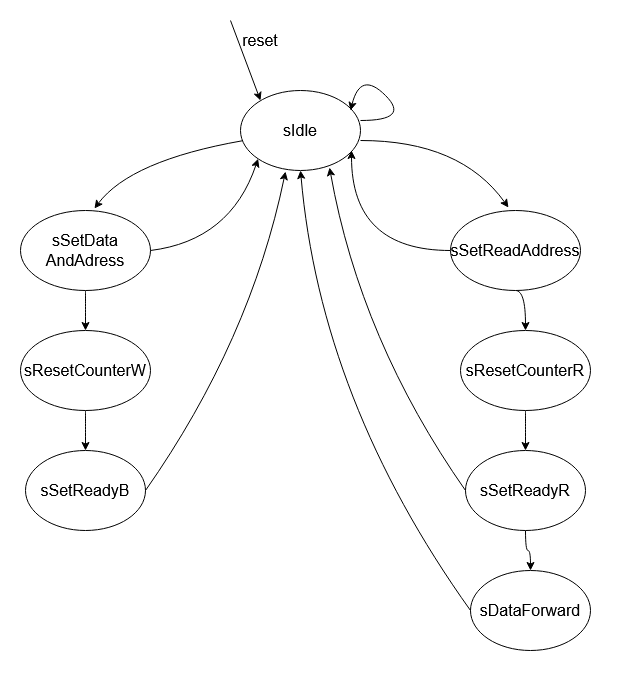
Earlier version of the draw.io export doc/images/axi4_fsm.png (milovanovic/jtag2mm). Source tidied: cells renumbered, new cells last; positions are measured from the earlier drawing's top-left corner, leaving out a move shared by most shapes.
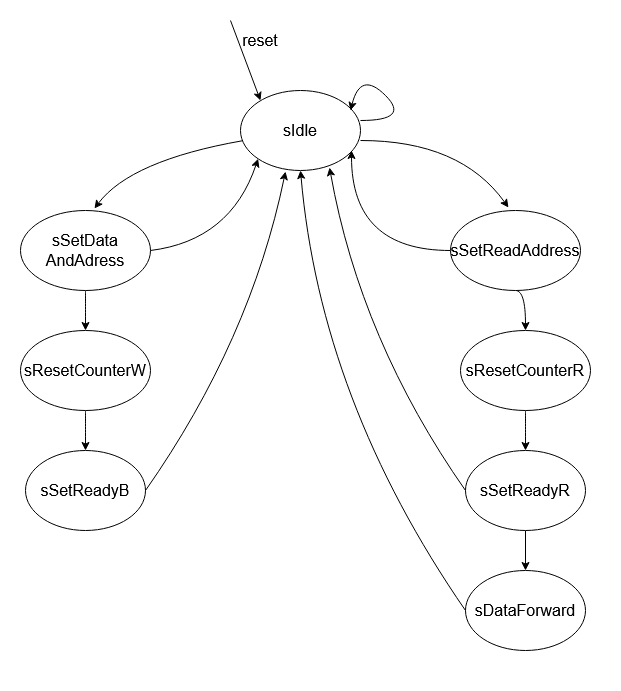
Later version of the same file.

The edit, as a diff of the source:
```diff
@@ -47,19 +47,14 @@
     <mxCell id="13" value="&lt;div&gt;&lt;font style=&quot;font-size: 16px&quot;&gt;sSetData&lt;/font&gt;&lt;/div&gt;&lt;div&gt;&lt;font style=&quot;font-size: 16px&quot;&gt;AndAdress&lt;/font&gt;&lt;/div&gt;" style="ellipse;whiteSpace=wrap;html=1;" parent="1" vertex="1">
       <mxGeometry x="20" y="210" width="130" height="80" as="geometry" />
     </mxCell>
-    <mxCell id="14" style="edgeStyle=orthogonalEdgeStyle;curved=1;jettySize=auto;html=1;exitX=0.5;exitY=1;exitDx=0;exitDy=0;entryX=0.5;entryY=0;entryDx=0;entryDy=0;" parent="1" edge="1" source="15" target="16">
-      <mxGeometry relative="1" as="geometry">
-        <Array as="points">
-          <mxPoint x="525" y="550" />
-          <mxPoint x="530" y="550" />
-        </Array>
-      </mxGeometry>
+    <mxCell id="14" style="edgeStyle=orthogonalEdgeStyle;rounded=0;jettySize=auto;html=1;exitX=0.5;exitY=1;exitDx=0;exitDy=0;entryX=0.5;entryY=0;entryDx=0;entryDy=0;" parent="1" edge="1" source="15" target="16">
+      <mxGeometry relative="1" as="geometry" />
     </mxCell>
     <mxCell id="15" value="&lt;font style=&quot;font-size: 16px&quot;&gt;sSetReadyR&lt;/font&gt;" style="ellipse;whiteSpace=wrap;html=1;" parent="1" vertex="1">
       <mxGeometry x="465" y="450" width="120" height="80" as="geometry" />
     </mxCell>
     <mxCell id="16" value="&lt;font style=&quot;font-size: 16px&quot;&gt;sDataForward&lt;/font&gt;" style="ellipse;whiteSpace=wrap;html=1;" parent="1" vertex="1">
-      <mxGeometry x="470" y="570" width="120" height="80" as="geometry" />
+      <mxGeometry x="465" y="570" width="120" height="80" as="geometry" />
     </mxCell>
     <mxCell id="17" style="endArrow=classic;html=1;" parent="1" edge="1">
       <mxGeometry relative="1" as="geometry">
```
